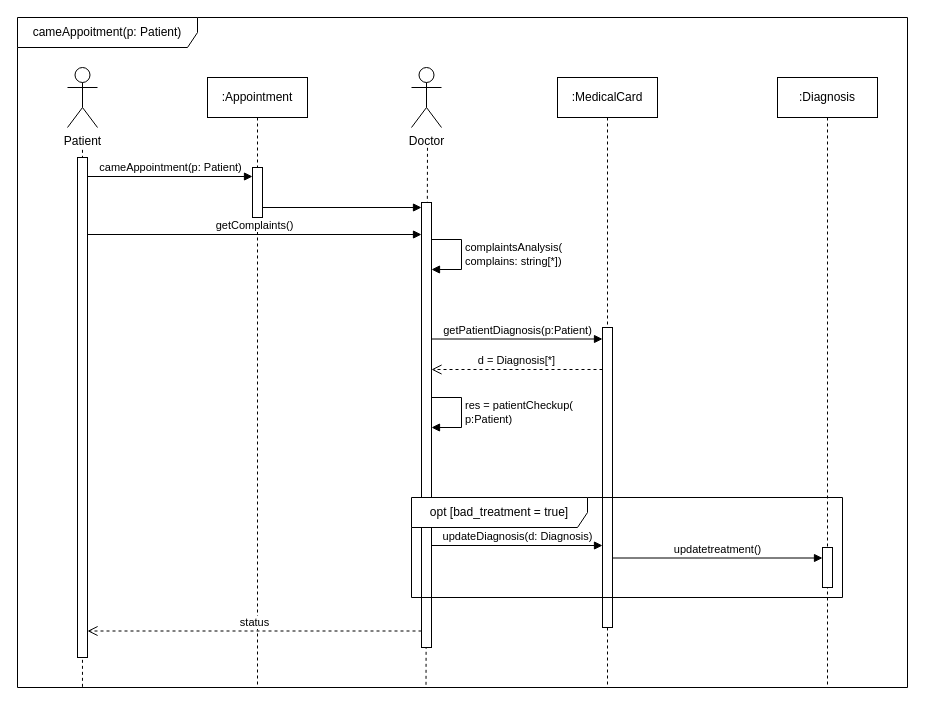
This is page "SD3" (3 of 3) of lab2/.drawio/SD.drawio from nedeadinside/oaoaoaoaoaoaoaoa, a draw.io file, before an edit. Source tidied: cells renumbered, new cells numbered last; positions are measured from the earlier drawing's top-left corner, leaving out a move shared by most shapes. Both pictures are drawn from the tidied source at 100%, with x=0, y=0 at pixel (17, 17).
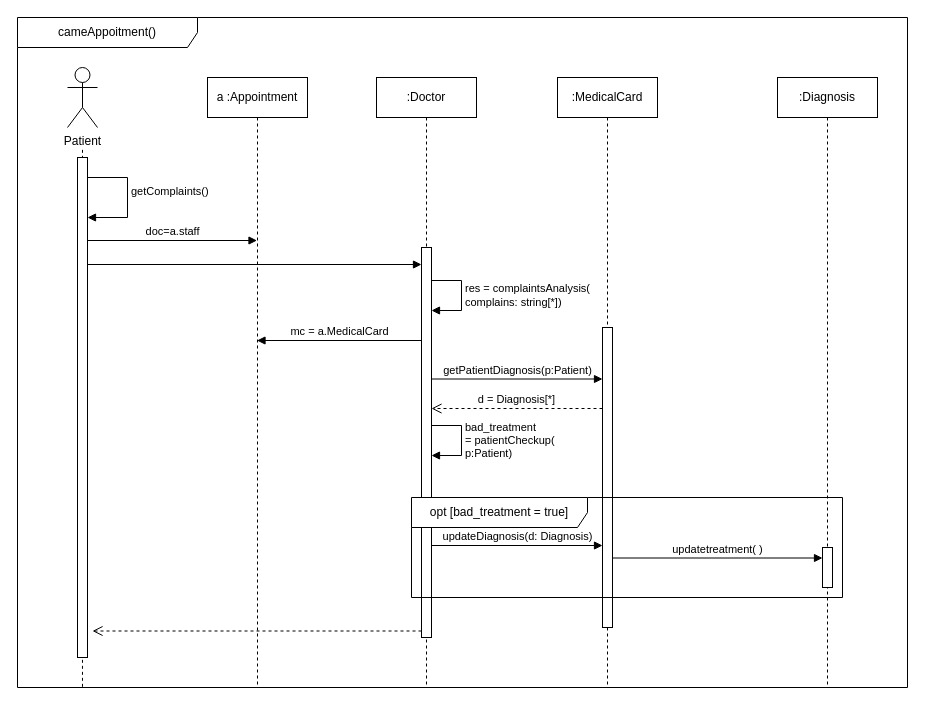
After the change.

The change refers to these unchanged cells:
```xml
<mxCell id="13" style="html=1;points=[[0,0,0,0,5],[0,1,0,0,-5],[1,0,0,0,5],[1,1,0,0,-5]];perimeter=orthogonalPerimeter;outlineConnect=0;targetShapes=umlLifeline;portConstraint=eastwest;newEdgeStyle={&quot;curved&quot;:0,&quot;rounded&quot;:0};" parent="1" vertex="1">
  <mxGeometry x="60" y="140" width="10" height="500" as="geometry" />
</mxCell>
```

The edit, as a diff of the source:
```diff
@@
-    <mxCell id="2" style="endArrow=none;dashed=1;html=1;rounded=0;entryX=0.533;entryY=1.333;entryDx=0;entryDy=0;entryPerimeter=0;exitX=0.459;exitY=0.996;exitDx=0;exitDy=0;exitPerimeter=0;" parent="1" edge="1" source="4" target="6">
-      <mxGeometry relative="1" as="geometry" />
-    </mxCell>
+    <mxCell id="26" value=":Doctor" style="shape=umlLifeline;perimeter=lifelinePerimeter;whiteSpace=wrap;html=1;newEdgeStyle={&quot;curved&quot;:0,&quot;rounded&quot;:0};" parent="1" vertex="1">
+      <mxGeometry x="359" y="60" width="100" height="610" as="geometry" />
+    </mxCell>
@@
-    <mxCell id="4" value="cameAppoitment(p: Patient)" style="shape=umlFrame;whiteSpace=wrap;html=1;width=180;height=30;" parent="1" vertex="1">
+    <mxCell id="4" value="cameAppoitment()" style="shape=umlFrame;whiteSpace=wrap;html=1;width=180;height=30;" parent="1" vertex="1">
       <mxGeometry width="890" height="670" as="geometry" />
     </mxCell>
@@
-    <mxCell id="6" value="Doctor" style="shape=umlActor;verticalLabelPosition=bottom;verticalAlign=top;html=1;" parent="1" vertex="1">
-      <mxGeometry x="394" y="50" width="30" height="60" as="geometry" />
-    </mxCell>
-    <mxCell id="7" value=":Appointment" style="shape=umlLifeline;perimeter=lifelinePerimeter;whiteSpace=wrap;html=1;newEdgeStyle={&quot;curved&quot;:0,&quot;rounded&quot;:0};" parent="1" vertex="1">
+    <mxCell id="7" value="a :Appointment" style="shape=umlLifeline;perimeter=lifelinePerimeter;whiteSpace=wrap;html=1;newEdgeStyle={&quot;curved&quot;:0,&quot;rounded&quot;:0};" parent="1" vertex="1">
       <mxGeometry x="190" y="60" width="100" height="610" as="geometry" />
     </mxCell>
-    <mxCell id="8" style="html=1;points=[[0,0,0,0,5],[0,1,0,0,-5],[1,0,0,0,5],[1,1,0,0,-5]];perimeter=orthogonalPerimeter;outlineConnect=0;targetShapes=umlLifeline;portConstraint=eastwest;newEdgeStyle={&quot;curved&quot;:0,&quot;rounded&quot;:0};" parent="7" vertex="1">
-      <mxGeometry x="45" y="90" width="10" height="50" as="geometry" />
-    </mxCell>
@@
-    <mxCell id="14" value="cameAppointment(p: Patient)" style="html=1;verticalAlign=bottom;endArrow=block;curved=0;rounded=0;" parent="1" edge="1" target="8">
-      <mxGeometry relative="1" as="geometry">
-        <mxPoint x="70" y="159" as="sourcePoint" />
-      </mxGeometry>
-    </mxCell>
     <mxCell id="15" style="html=1;points=[[0,0,0,0,5],[0,1,0,0,-5],[1,0,0,0,5],[1,1,0,0,-5]];perimeter=orthogonalPerimeter;outlineConnect=0;targetShapes=umlLifeline;portConstraint=eastwest;newEdgeStyle={&quot;curved&quot;:0,&quot;rounded&quot;:0};" parent="1" vertex="1">
-      <mxGeometry x="404" y="185" width="10" height="445" as="geometry" />
+      <mxGeometry x="404" y="230" width="10" height="390" as="geometry" />
     </mxCell>
-    <mxCell id="16" value="getComplaints()" style="html=1;verticalAlign=bottom;endArrow=block;curved=0;rounded=0;" parent="1" edge="1">
-      <mxGeometry relative="1" as="geometry">
-        <mxPoint x="70" y="217" as="sourcePoint" />
-        <mxPoint x="404" y="217" as="targetPoint" />
-      </mxGeometry>
-    </mxCell>
-    <mxCell id="17" value="complaintsAnalysis(&lt;div&gt;complains: string[*])&lt;/div&gt;" style="html=1;align=left;spacingLeft=2;endArrow=block;rounded=0;edgeStyle=orthogonalEdgeStyle;curved=0;rounded=0;" parent="1" edge="1">
+    <mxCell id="17" value="res = complaintsAnalysis(&lt;div&gt;complains: string[*])&lt;/div&gt;" style="html=1;align=left;spacingLeft=2;endArrow=block;rounded=0;edgeStyle=orthogonalEdgeStyle;curved=0;rounded=0;" parent="1" edge="1">
       <mxGeometry relative="1" as="geometry">
-        <mxPoint x="414" y="222" as="sourcePoint" />
-        <mxPoint x="414" y="252" as="targetPoint" />
+        <mxPoint x="414" y="263" as="sourcePoint" />
+        <mxPoint x="414" y="293" as="targetPoint" />
         <Array as="points">
-          <mxPoint x="444" y="222" />
-          <mxPoint x="444" y="252" />
+          <mxPoint x="444" y="263" />
+          <mxPoint x="444" y="293" />
         </Array>
       </mxGeometry>
     </mxCell>
     <mxCell id="18" value="getPatientDiagnosis(p:Patient)" style="html=1;verticalAlign=bottom;endArrow=block;curved=0;rounded=0;" parent="1" edge="1">
       <mxGeometry relative="1" as="geometry">
-        <mxPoint x="414" y="321.5" as="sourcePoint" />
-        <mxPoint x="585" y="321.5" as="targetPoint" />
+        <mxPoint x="414" y="361.5" as="sourcePoint" />
+        <mxPoint x="585" y="361.5" as="targetPoint" />
       </mxGeometry>
     </mxCell>
     <mxCell id="19" value="d = Diagnosis[*]" style="html=1;verticalAlign=bottom;endArrow=open;dashed=1;endSize=8;curved=0;rounded=0;exitX=0;exitY=1;exitDx=0;exitDy=-5;exitPerimeter=0;" parent="1" edge="1">
       <mxGeometry relative="1" as="geometry">
-        <mxPoint x="585" y="352" as="sourcePoint" />
-        <mxPoint x="414" y="352" as="targetPoint" />
+        <mxPoint x="585" y="391" as="sourcePoint" />
+        <mxPoint x="414" y="391" as="targetPoint" />
       </mxGeometry>
     </mxCell>
-    <mxCell id="20" value="res = patientCheckup(&lt;div&gt;p:Patient)&lt;/div&gt;" style="html=1;align=left;spacingLeft=2;endArrow=block;rounded=0;edgeStyle=orthogonalEdgeStyle;curved=0;rounded=0;" parent="1" edge="1" target="15">
+    <mxCell id="20" value="bad_treatment&lt;div&gt;= patientCheckup(&lt;div&gt;p:Patient)&lt;/div&gt;&lt;/div&gt;" style="html=1;align=left;spacingLeft=2;endArrow=block;rounded=0;edgeStyle=orthogonalEdgeStyle;curved=0;rounded=0;" parent="1" edge="1">
       <mxGeometry relative="1" as="geometry">
-        <mxPoint x="414" y="380" as="sourcePoint" />
+        <mxPoint x="414" y="408" as="sourcePoint" />
+        <mxPoint x="414" y="438" as="targetPoint" />
         <Array as="points">
-          <mxPoint x="444" y="380" />
-          <mxPoint x="444" y="410" />
+          <mxPoint x="444" y="408" />
+          <mxPoint x="444" y="438" />
         </Array>
       </mxGeometry>
     </mxCell>
-    <mxCell id="21" style="html=1;verticalAlign=bottom;endArrow=block;curved=0;rounded=0;entryX=0;entryY=0;entryDx=0;entryDy=5;entryPerimeter=0;" parent="1" edge="1" source="8" target="15">
-      <mxGeometry relative="1" as="geometry" />
-    </mxCell>
@@
-    <mxCell id="24" value="updatetreatment()" style="html=1;verticalAlign=bottom;endArrow=block;curved=0;rounded=0;" parent="1" edge="1">
+    <mxCell id="24" value="updatetreatment( )" style="html=1;verticalAlign=bottom;endArrow=block;curved=0;rounded=0;" parent="1" edge="1">
       <mxGeometry relative="1" as="geometry">
         <mxPoint x="595" y="540.5" as="sourcePoint" />
         <mxPoint x="805" y="540.5" as="targetPoint" />
       </mxGeometry>
     </mxCell>
-    <mxCell id="25" value="status" style="html=1;verticalAlign=bottom;endArrow=open;dashed=1;endSize=8;curved=0;rounded=0;" parent="1" edge="1">
+    <mxCell id="25" style="html=1;verticalAlign=bottom;endArrow=open;dashed=1;endSize=8;curved=0;rounded=0;" parent="1" edge="1">
       <mxGeometry relative="1" as="geometry">
         <mxPoint x="404" y="613.5" as="sourcePoint" />
-        <mxPoint x="70" y="613.5" as="targetPoint" />
+        <mxPoint x="75" y="613.5" as="targetPoint" />
       </mxGeometry>
     </mxCell>
+    <mxCell id="16" value="getComplaints()" style="html=1;align=left;spacingLeft=2;endArrow=block;rounded=0;edgeStyle=orthogonalEdgeStyle;curved=0;rounded=0;" parent="1" edge="1" source="13" target="13">
+      <mxGeometry x="-0.1" relative="1" as="geometry">
+        <Array as="points">
+          <mxPoint x="110" y="160" />
+          <mxPoint x="110" y="200" />
+        </Array>
+      </mxGeometry>
+    </mxCell>
+    <mxCell id="27" style="html=1;verticalAlign=bottom;endArrow=block;curved=0;rounded=0;" parent="1" edge="1">
+      <mxGeometry relative="1" as="geometry">
+        <mxPoint x="70" y="247" as="sourcePoint" />
+        <mxPoint x="404" y="247" as="targetPoint" />
+      </mxGeometry>
+    </mxCell>
+    <mxCell id="28" value="mc = a.MedicalCard" style="html=1;verticalAlign=bottom;endArrow=block;curved=0;rounded=0;" parent="1" edge="1">
+      <mxGeometry relative="1" as="geometry">
+        <mxPoint x="404" y="323" as="sourcePoint" />
+        <mxPoint x="239.5" y="323" as="targetPoint" />
+      </mxGeometry>
+    </mxCell>
+    <mxCell id="29" value="doc=a.staff" style="html=1;verticalAlign=bottom;endArrow=block;curved=0;rounded=0;" parent="1" edge="1">
+      <mxGeometry relative="1" as="geometry">
+        <mxPoint x="70" y="223" as="sourcePoint" />
+        <mxPoint x="239.5" y="223" as="targetPoint" />
+      </mxGeometry>
+    </mxCell>
```
